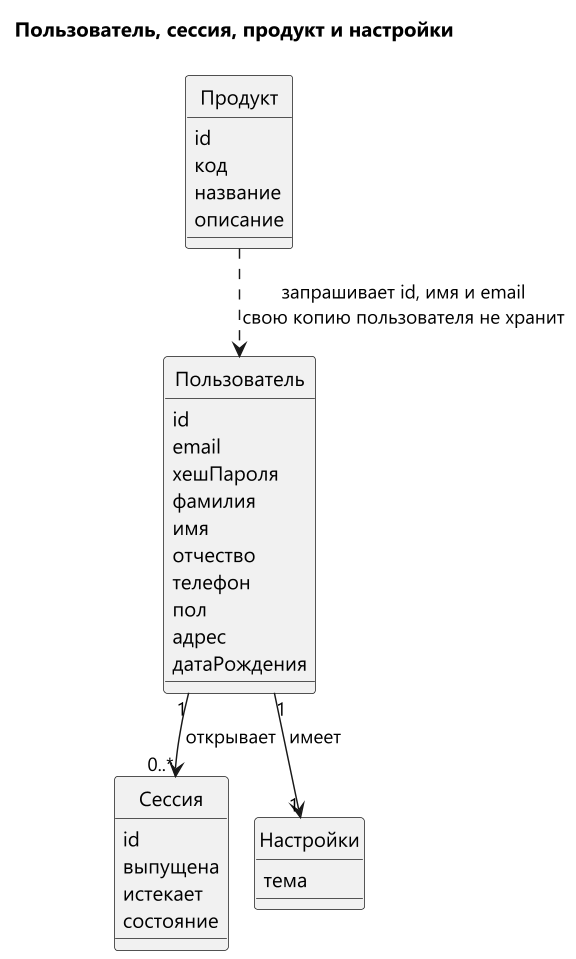
Above: docs/diagrams/data-model.png in Wladislava1/integrator-platform (PlantUML), before the change.
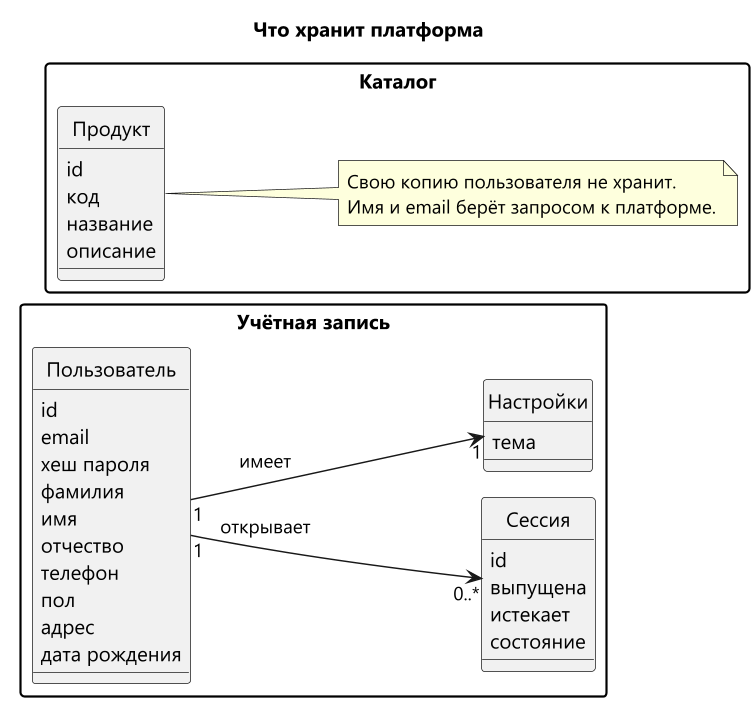
The same file after the commit.

Change to the diagram source:
```diff
@@ -3,41 +3,52 @@
 skinparam defaultFontName Segoe UI
 skinparam dpi 140
 skinparam classAttributeIconSize 0
+skinparam packageStyle rectangle
+skinparam linetype ortho
 hide circle
-title Пользователь, сессия, продукт и настройки
+left to right direction
+title Что хранит платформа
 
-class Пользователь {
-  id
-  email
-  хешПароля
-  фамилия
-  имя
-  отчество
-  телефон
-  пол
-  адрес
-  датаРождения
+package "Учётная запись" {
+  class Пользователь {
+    id
+    email
+    хеш пароля
+    фамилия
+    имя
+    отчество
+    телефон
+    пол
+    адрес
+    дата рождения
+  }
+
+  class Сессия {
+    id
+    выпущена
+    истекает
+    состояние
+  }
+
+  class Настройки {
+    тема
+  }
+
+  Пользователь "1" --> "0..*" Сессия : открывает
+  Пользователь "1" --> "1" Настройки : имеет
 }
 
-class Сессия {
-  id
-  выпущена
-  истекает
-  состояние
+package "Каталог" {
+  class Продукт {
+    id
+    код
+    название
+    описание
+  }
+
+  note right of Продукт
+    Свою копию пользователя не хранит.
+    Имя и email берёт запросом к платформе.
+  end note
 }
-
-class Продукт {
-  id
-  код
-  название
-  описание
-}
-
-class Настройки {
-  тема
-}
-
-Пользователь "1" --> "0..*" Сессия : открывает
-Пользователь "1" --> "1" Настройки : имеет
-Продукт ..> Пользователь : запрашивает id, имя и email\nсвою копию пользователя не хранит
 @enduml
```
